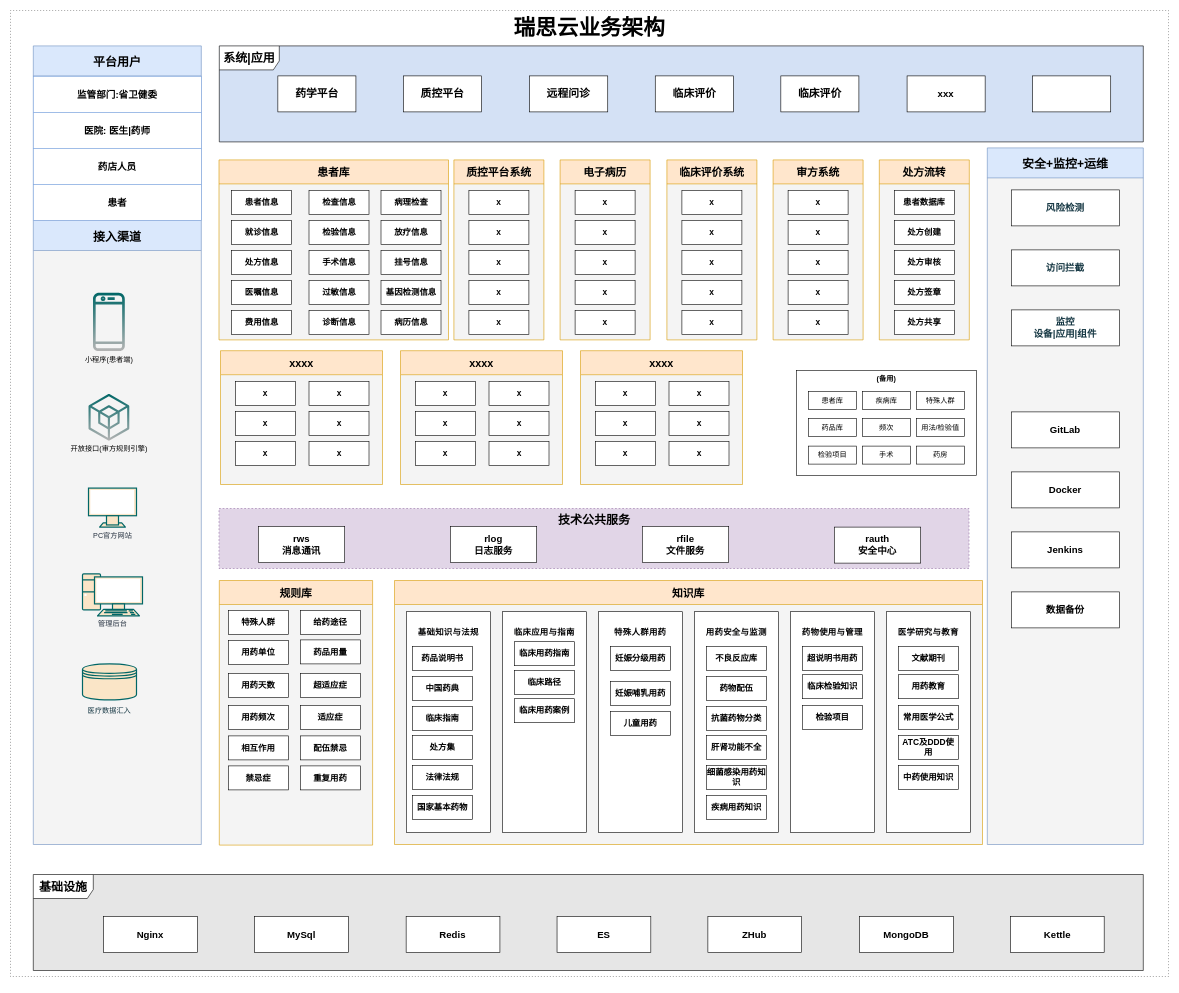
The draw.io diagram page "【瑞思云业务架构】" (1 of 2) of 未命名绘图.drawio in tc608/dfile, before the edit. Source tidied: cells renumbered, new cells numbered last; positions are measured from the earlier drawing's top-left corner, leaving out a move shared by most shapes. Both pictures are drawn from the tidied source at 60%, with x=0, y=0 at pixel (10, 10).
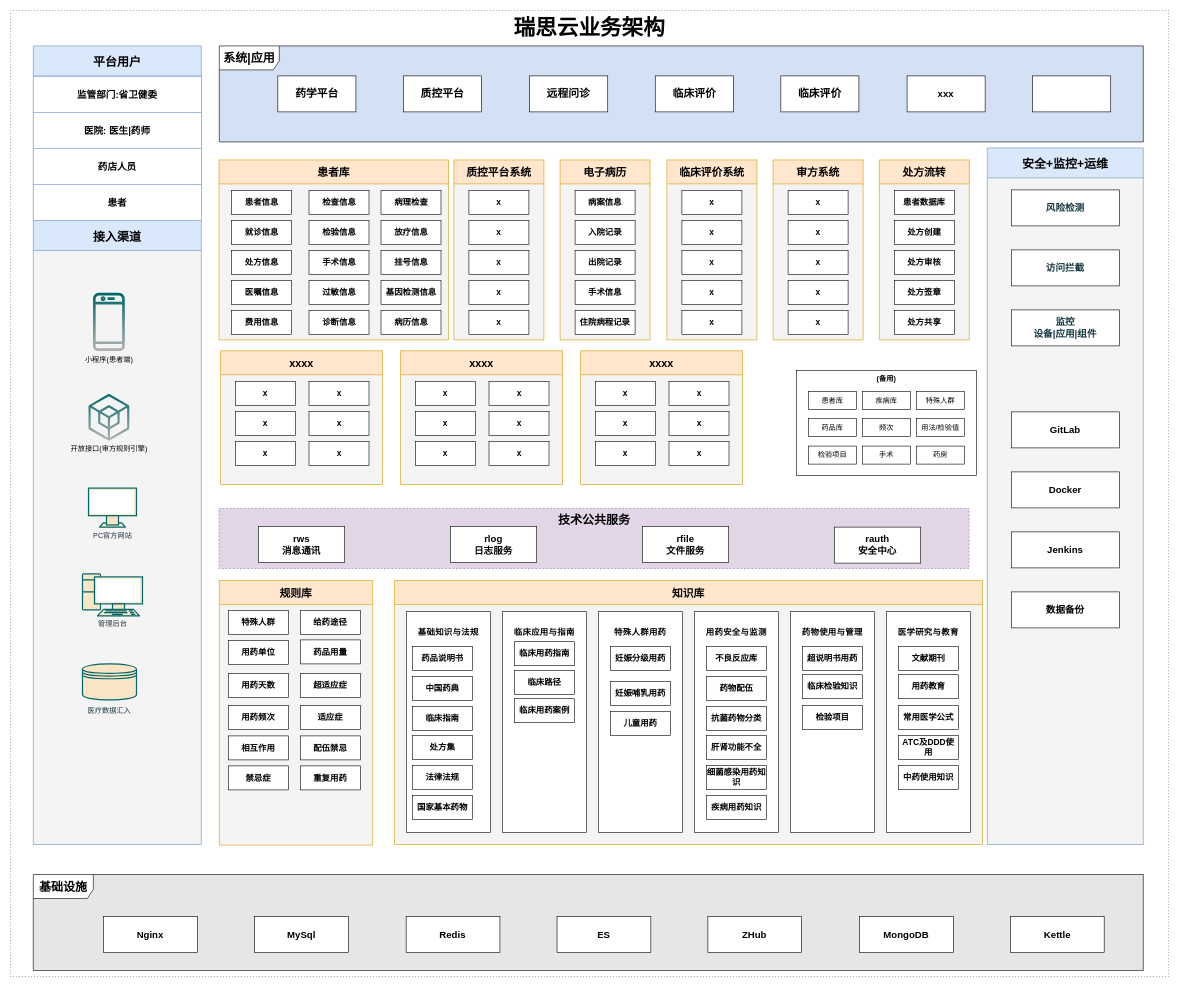
The same page after the edit.

Commit message (it also covers changes not shown here):
更新未命名绘图.drawio

Unchanged cells that the change refers to:
```xml
<mxCell id="66" style="group;" parent="1" vertex="1">
  <mxGeometry x="916" y="249" width="150" height="300" as="geometry" />
</mxCell>
```

Change to the diagram source:
```diff
@@
-    <mxCell id="68" value="x" style="whiteSpace=wrap;html=1;fontSize=14;fontStyle=1;" parent="66" vertex="1">
+    <mxCell id="68" value="病案信息" style="whiteSpace=wrap;html=1;fontSize=14;fontStyle=1;" parent="66" vertex="1">
       <mxGeometry x="25" y="51" width="100" height="40" as="geometry" />
     </mxCell>
-    <mxCell id="69" value="x" style="whiteSpace=wrap;html=1;fontSize=14;fontStyle=1;" parent="66" vertex="1">
+    <mxCell id="69" value="入院记录" style="whiteSpace=wrap;html=1;fontSize=14;fontStyle=1;" parent="66" vertex="1">
       <mxGeometry x="25" y="101" width="100" height="40" as="geometry" />
     </mxCell>
-    <mxCell id="70" value="x" style="whiteSpace=wrap;html=1;fontSize=14;fontStyle=1;" parent="66" vertex="1">
+    <mxCell id="70" value="手术信息" style="whiteSpace=wrap;html=1;fontSize=14;fontStyle=1;" parent="66" vertex="1">
       <mxGeometry x="25" y="201" width="100" height="40" as="geometry" />
     </mxCell>
-    <mxCell id="71" value="x" style="whiteSpace=wrap;html=1;fontSize=14;fontStyle=1;" parent="66" vertex="1">
+    <mxCell id="71" value="出院记录" style="whiteSpace=wrap;html=1;fontSize=14;fontStyle=1;" parent="66" vertex="1">
       <mxGeometry x="25" y="151" width="100" height="40" as="geometry" />
     </mxCell>
-    <mxCell id="72" value="x" style="whiteSpace=wrap;html=1;fontSize=14;fontStyle=1;" parent="66" vertex="1">
+    <mxCell id="72" value="住院病程记录" style="whiteSpace=wrap;html=1;fontSize=14;fontStyle=1;" parent="66" vertex="1">
       <mxGeometry x="25" y="251" width="100" height="40" as="geometry" />
     </mxCell>
```
